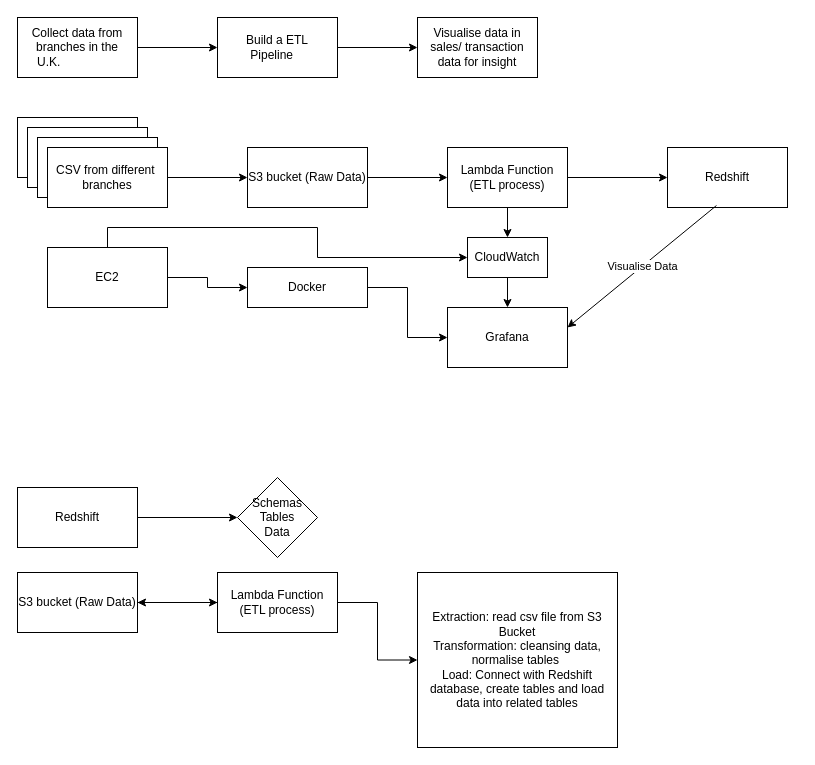
This is Untitled Diagram.drawio from oscar5212/Cafe_Data_Management_System, a draw.io file, before an edit. Source tidied: cells renumbered, new cells numbered last; positions are measured from the earlier drawing's top-left corner, leaving out a move shared by most shapes. Both pictures are drawn from the tidied source at 100%, with x=0, y=0 at pixel (17, 17).
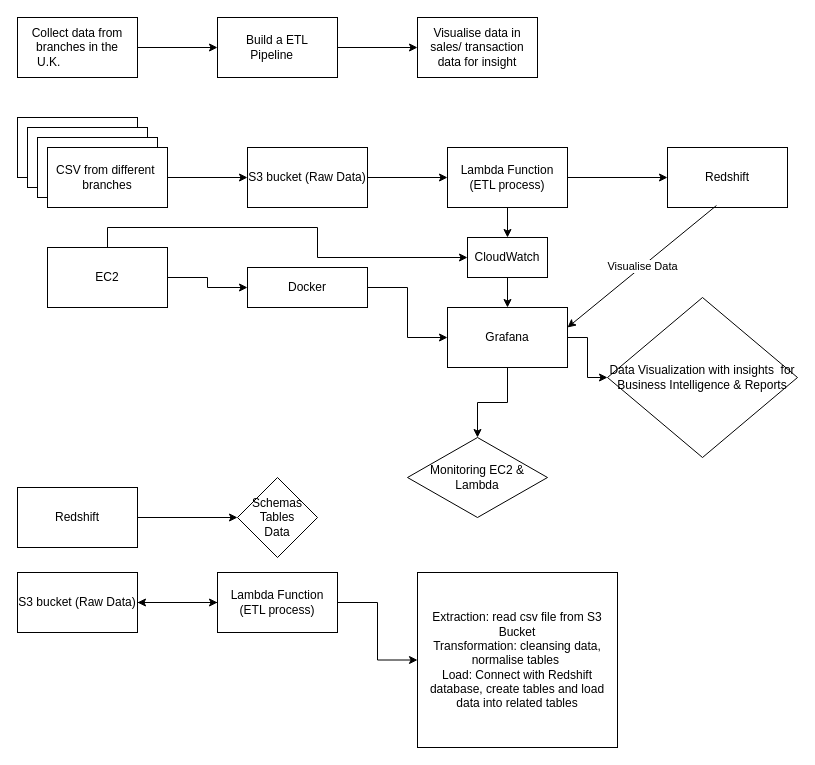
The same page after the edit.

Commit message:
ETL Pipeline Project Diagram.drawio

The change refers to these unchanged cells:
```xml
<mxCell id="27" value="Grafana" style="rounded=0;whiteSpace=wrap;html=1;" parent="1" vertex="1">
  <mxGeometry x="430" y="290" width="120" height="60" as="geometry" />
</mxCell>
```

What changed in the source:
```diff
@@
+    <mxCell id="37" style="edgeStyle=orthogonalEdgeStyle;rounded=0;jettySize=auto;html=1;" parent="1" edge="1" source="27" target="39">
+      <mxGeometry relative="1" as="geometry" />
+    </mxCell>
+    <mxCell id="38" style="edgeStyle=orthogonalEdgeStyle;rounded=0;jettySize=auto;html=1;" parent="1" edge="1" source="27" target="40">
+      <mxGeometry relative="1" as="geometry" />
+    </mxCell>
@@
+    <mxCell id="39" value="Monitoring EC2 &amp;amp; Lambda" style="rhombus;whiteSpace=wrap;html=1;rounded=0;" parent="1" vertex="1">
+      <mxGeometry x="390" y="420" width="140" height="80" as="geometry" />
+    </mxCell>
+    <mxCell id="40" value="Data Visualization with insights&amp;nbsp; for Business Intelligence &amp;amp; Reports" style="rhombus;whiteSpace=wrap;html=1;rounded=0;" parent="1" vertex="1">
+      <mxGeometry x="590" y="280" width="190" height="160" as="geometry" />
+    </mxCell>
```
